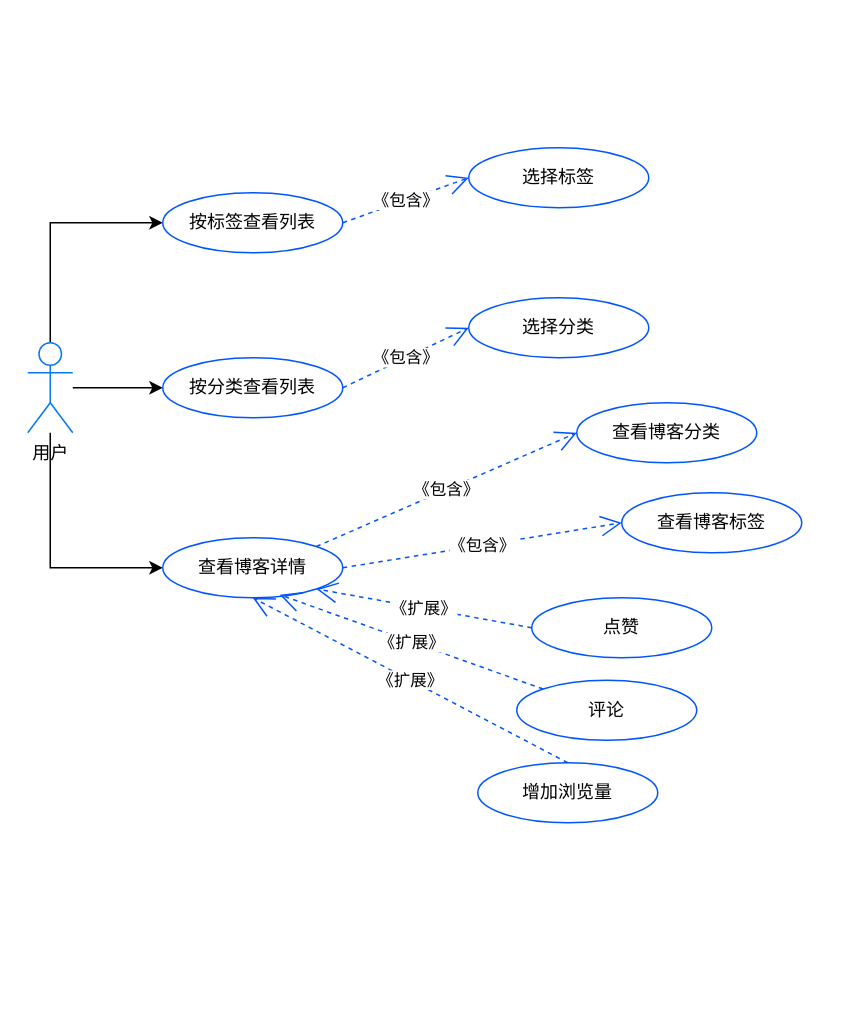
The draw.io diagram 前台博客功能用例图.drawio in zyl-2000/draw, before the edit. Source tidied: cells renumbered, new cells numbered last; positions are measured from the earlier drawing's top-left corner, leaving out a move shared by most shapes. Both pictures are drawn from the tidied source at 150%, with x=0, y=0 at pixel (27, 147).
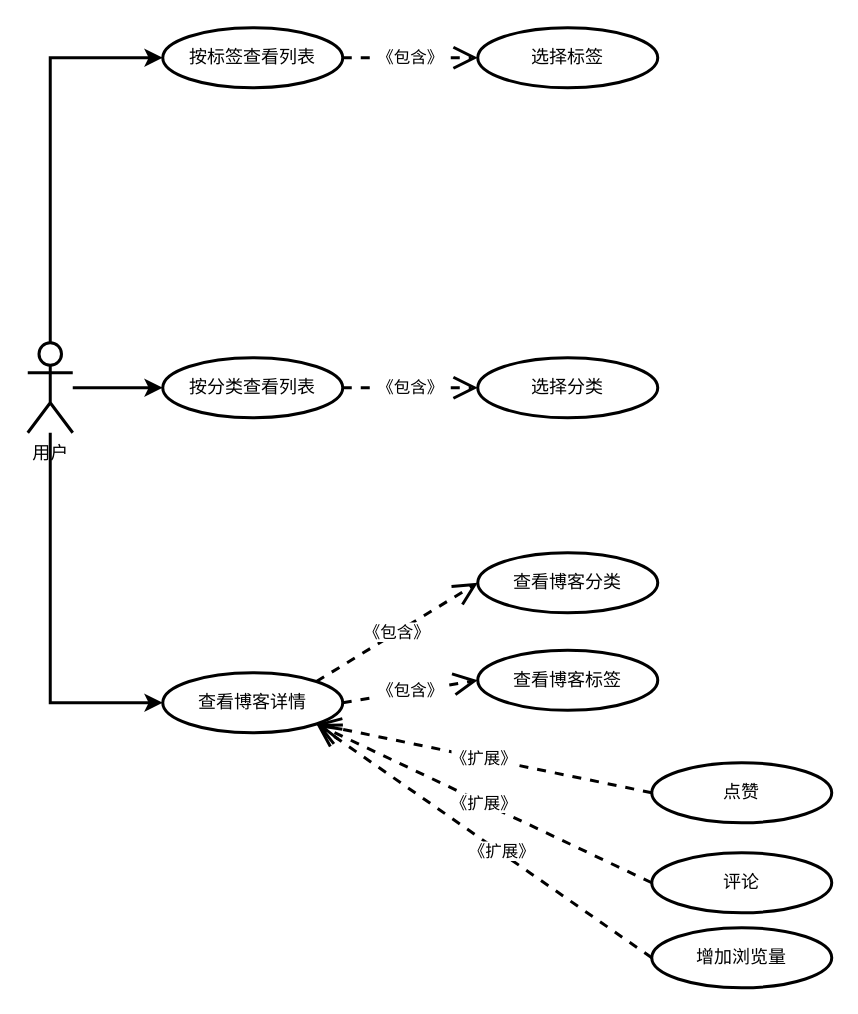
The same page after the edit.

Commit message:
更新前台博客功能用例图.drawio

Change to the diagram source:
```diff
@@
-    <mxCell id="2" style="edgeStyle=orthogonalEdgeStyle;rounded=0;jettySize=auto;html=1;exitX=0.5;exitY=0;exitDx=0;exitDy=0;exitPerimeter=0;entryX=0;entryY=0.5;entryDx=0;entryDy=0;" parent="1" edge="1" source="5" target="6">
+    <mxCell id="2" style="edgeStyle=orthogonalEdgeStyle;rounded=0;jettySize=auto;html=1;exitX=0.5;exitY=0;exitDx=0;exitDy=0;exitPerimeter=0;entryX=0;entryY=0.5;entryDx=0;entryDy=0;strokeColor=default;strokeWidth=2;" parent="1" edge="1" source="5" target="6">
       <mxGeometry relative="1" as="geometry" />
     </mxCell>
-    <mxCell id="3" style="edgeStyle=orthogonalEdgeStyle;rounded=0;jettySize=auto;html=1;entryX=0;entryY=0.5;entryDx=0;entryDy=0;" parent="1" edge="1" source="5" target="7">
+    <mxCell id="3" style="edgeStyle=orthogonalEdgeStyle;rounded=0;jettySize=auto;html=1;entryX=0;entryY=0.5;entryDx=0;entryDy=0;strokeColor=default;strokeWidth=2;" parent="1" edge="1" source="5" target="7">
       <mxGeometry relative="1" as="geometry" />
     </mxCell>
-    <mxCell id="4" style="edgeStyle=orthogonalEdgeStyle;rounded=0;jettySize=auto;html=1;entryX=0;entryY=0.5;entryDx=0;entryDy=0;" parent="1" edge="1" source="5" target="8">
+    <mxCell id="4" style="edgeStyle=orthogonalEdgeStyle;rounded=0;jettySize=auto;html=1;entryX=0;entryY=0.5;entryDx=0;entryDy=0;strokeColor=default;strokeWidth=2;" parent="1" edge="1" source="5" target="8">
       <mxGeometry relative="1" as="geometry">
         <Array as="points">
-          <mxPoint x="15" y="280" />
+          <mxPoint x="15" y="370" />
         </Array>
       </mxGeometry>
     </mxCell>
-    <mxCell id="5" value="用户" style="shape=umlActor;verticalLabelPosition=bottom;verticalAlign=top;html=1;outlineConnect=0;strokeColor=#0779f2;" parent="1" vertex="1">
+    <mxCell id="5" value="用户" style="shape=umlActor;verticalLabelPosition=bottom;verticalAlign=top;html=1;outlineConnect=0;strokeColor=default;strokeWidth=2;" parent="1" vertex="1">
       <mxGeometry y="130" width="30" height="60" as="geometry" />
     </mxCell>
-    <mxCell id="6" value="按标签查看列表" style="ellipse;whiteSpace=wrap;html=1;strokeColor=#0055ff;" parent="1" vertex="1">
-      <mxGeometry x="90" y="30" width="120" height="40" as="geometry" />
+    <mxCell id="6" value="按标签查看列表" style="ellipse;whiteSpace=wrap;html=1;strokeColor=default;strokeWidth=2;" parent="1" vertex="1">
+      <mxGeometry x="90" y="-80" width="120" height="40" as="geometry" />
     </mxCell>
-    <mxCell id="7" value="按分类查看列表" style="ellipse;whiteSpace=wrap;html=1;strokeColor=#0055ff;" parent="1" vertex="1">
+    <mxCell id="7" value="按分类查看列表" style="ellipse;whiteSpace=wrap;html=1;strokeColor=default;strokeWidth=2;" parent="1" vertex="1">
       <mxGeometry x="90" y="140" width="120" height="40" as="geometry" />
     </mxCell>
-    <mxCell id="8" value="查看博客详情" style="ellipse;whiteSpace=wrap;html=1;strokeColor=#0055ff;" parent="1" vertex="1">
-      <mxGeometry x="90" y="260" width="120" height="40" as="geometry" />
+    <mxCell id="8" value="查看博客详情" style="ellipse;whiteSpace=wrap;html=1;strokeColor=default;strokeWidth=2;" parent="1" vertex="1">
+      <mxGeometry x="90" y="350" width="120" height="40" as="geometry" />
     </mxCell>
-    <mxCell id="9" value="查看博客标签" style="ellipse;whiteSpace=wrap;html=1;strokeColor=#0055ff;" parent="1" vertex="1">
-      <mxGeometry x="396" y="230" width="120" height="40" as="geometry" />
+    <mxCell id="9" value="查看博客标签" style="ellipse;whiteSpace=wrap;html=1;strokeColor=default;strokeWidth=2;" parent="1" vertex="1">
+      <mxGeometry x="300" y="335" width="120" height="40" as="geometry" />
     </mxCell>
-    <mxCell id="10" value="查看博客分类" style="ellipse;whiteSpace=wrap;html=1;strokeColor=#0055ff;" parent="1" vertex="1">
-      <mxGeometry x="366" y="170" width="120" height="40" as="geometry" />
+    <mxCell id="10" value="查看博客分类" style="ellipse;whiteSpace=wrap;html=1;strokeColor=default;strokeWidth=2;" parent="1" vertex="1">
+      <mxGeometry x="300" y="270" width="120" height="40" as="geometry" />
     </mxCell>
-    <mxCell id="11" value="点赞" style="ellipse;whiteSpace=wrap;html=1;strokeColor=#0055ff;" parent="1" vertex="1">
-      <mxGeometry x="336" y="300" width="120" height="40" as="geometry" />
+    <mxCell id="11" value="点赞" style="ellipse;whiteSpace=wrap;html=1;strokeColor=default;strokeWidth=2;" parent="1" vertex="1">
+      <mxGeometry x="416" y="410" width="120" height="40" as="geometry" />
     </mxCell>
-    <mxCell id="12" value="评论" style="ellipse;whiteSpace=wrap;html=1;strokeColor=#0055ff;" parent="1" vertex="1">
-      <mxGeometry x="326" y="355" width="120" height="40" as="geometry" />
-    </mxCell>
-    <mxCell id="13" value="增加浏览量" style="ellipse;whiteSpace=wrap;html=1;strokeColor=#0055ff;" parent="1" vertex="1">
-      <mxGeometry x="300" y="410" width="120" height="40" as="geometry" />
+    <mxCell id="13" value="增加浏览量" style="ellipse;whiteSpace=wrap;html=1;strokeColor=default;strokeWidth=2;" parent="1" vertex="1">
+      <mxGeometry x="416" y="520" width="120" height="40" as="geometry" />
     </mxCell>
-    <mxCell id="14" value="《包含》" style="endArrow=open;endSize=12;dashed=1;html=1;rounded=0;exitX=1;exitY=0;exitDx=0;exitDy=0;entryX=0;entryY=0.5;entryDx=0;entryDy=0;strokeColor=#0055ff;" parent="1" edge="1" source="8" target="10">
+    <mxCell id="14" value="《包含》" style="endArrow=open;endSize=12;dashed=1;html=1;rounded=0;exitX=1;exitY=0;exitDx=0;exitDy=0;entryX=0;entryY=0.5;entryDx=0;entryDy=0;strokeColor=default;strokeWidth=2;" parent="1" edge="1" source="8" target="10">
       <mxGeometry relative="1" as="geometry" />
     </mxCell>
-    <mxCell id="15" value="《扩展》" style="endArrow=open;endSize=12;dashed=1;html=1;rounded=0;exitX=0.5;exitY=0;exitDx=0;exitDy=0;entryX=0.5;entryY=1;entryDx=0;entryDy=0;strokeColor=#0055ff;" parent="1" edge="1" source="13" target="8">
+    <mxCell id="15" value="《扩展》" style="endArrow=open;endSize=12;dashed=1;html=1;rounded=0;exitX=0;exitY=0.5;exitDx=0;exitDy=0;entryX=1;entryY=1;entryDx=0;entryDy=0;strokeColor=default;strokeWidth=2;" parent="1" edge="1" source="12" target="8">
       <mxGeometry relative="1" as="geometry" />
     </mxCell>
-    <mxCell id="16" value="《扩展》" style="endArrow=open;endSize=12;dashed=1;html=1;rounded=0;exitX=0;exitY=0;exitDx=0;exitDy=0;entryX=0.65;entryY=0.95;entryDx=0;entryDy=0;entryPerimeter=0;strokeColor=#0055ff;" parent="1" edge="1" source="12" target="8">
-      <mxGeometry relative="1" as="geometry" />
-    </mxCell>
-    <mxCell id="17" value="《扩展》" style="endArrow=open;endSize=12;dashed=1;html=1;rounded=0;exitX=0;exitY=0.5;exitDx=0;exitDy=0;entryX=1;entryY=1;entryDx=0;entryDy=0;strokeColor=#0055ff;" parent="1" edge="1" source="11" target="8">
+    <mxCell id="17" value="《扩展》" style="endArrow=open;endSize=12;dashed=1;html=1;rounded=0;exitX=0;exitY=0.5;exitDx=0;exitDy=0;entryX=1;entryY=1;entryDx=0;entryDy=0;strokeColor=default;strokeWidth=2;" parent="1" edge="1" source="11" target="8">
       <mxGeometry relative="1" as="geometry" />
     </mxCell>
-    <mxCell id="18" value="《包含》" style="endArrow=open;endSize=12;dashed=1;html=1;rounded=0;exitX=1;exitY=0.5;exitDx=0;exitDy=0;entryX=0;entryY=0.5;entryDx=0;entryDy=0;strokeColor=#0055ff;" parent="1" edge="1" source="8" target="9">
+    <mxCell id="18" value="《包含》" style="endArrow=open;endSize=12;dashed=1;html=1;rounded=0;exitX=1;exitY=0.5;exitDx=0;exitDy=0;entryX=0;entryY=0.5;entryDx=0;entryDy=0;strokeColor=default;strokeWidth=2;" parent="1" edge="1" source="8" target="9">
       <mxGeometry relative="1" as="geometry" />
     </mxCell>
-    <mxCell id="19" value="选择分类" style="ellipse;whiteSpace=wrap;html=1;strokeColor=#0055ff;" parent="1" vertex="1">
-      <mxGeometry x="294" y="100" width="120" height="40" as="geometry" />
+    <mxCell id="19" value="选择分类" style="ellipse;whiteSpace=wrap;html=1;strokeColor=default;strokeWidth=2;" parent="1" vertex="1">
+      <mxGeometry x="300" y="140" width="120" height="40" as="geometry" />
     </mxCell>
-    <mxCell id="20" value="选择标签" style="ellipse;whiteSpace=wrap;html=1;strokeColor=#0055ff;" parent="1" vertex="1">
-      <mxGeometry x="294" width="120" height="40" as="geometry" />
+    <mxCell id="20" value="选择标签" style="ellipse;whiteSpace=wrap;html=1;strokeColor=default;strokeWidth=2;" parent="1" vertex="1">
+      <mxGeometry x="300" y="-80" width="120" height="40" as="geometry" />
     </mxCell>
-    <mxCell id="21" value="《包含》" style="endArrow=open;endSize=12;dashed=1;html=1;rounded=0;exitX=1;exitY=0.5;exitDx=0;exitDy=0;entryX=0;entryY=0.5;entryDx=0;entryDy=0;strokeColor=#0055ff;" parent="1" edge="1" source="6" target="20">
+    <mxCell id="21" value="《包含》" style="endArrow=open;endSize=12;dashed=1;html=1;rounded=0;exitX=1;exitY=0.5;exitDx=0;exitDy=0;entryX=0;entryY=0.5;entryDx=0;entryDy=0;strokeColor=default;strokeWidth=2;" parent="1" edge="1" source="6" target="20">
       <mxGeometry relative="1" as="geometry" />
     </mxCell>
-    <mxCell id="22" value="《包含》" style="endArrow=open;endSize=12;dashed=1;html=1;rounded=0;exitX=1;exitY=0.5;exitDx=0;exitDy=0;entryX=0;entryY=0.5;entryDx=0;entryDy=0;strokeColor=#0055ff;" parent="1" edge="1" source="7" target="19">
+    <mxCell id="22" value="《包含》" style="endArrow=open;endSize=12;dashed=1;html=1;rounded=0;exitX=1;exitY=0.5;exitDx=0;exitDy=0;entryX=0;entryY=0.5;entryDx=0;entryDy=0;strokeColor=default;strokeWidth=2;" parent="1" edge="1" source="7" target="19">
       <mxGeometry relative="1" as="geometry" />
     </mxCell>
+    <mxCell id="23" style="endArrow=open;endSize=12;dashed=1;html=1;rounded=0;exitX=0;exitY=0.5;exitDx=0;exitDy=0;entryX=1;entryY=1;entryDx=0;entryDy=0;strokeColor=default;strokeWidth=2;" parent="1" edge="1" source="13" target="8">
+      <mxGeometry relative="1" as="geometry" />
+    </mxCell>
+    <mxCell id="16" value="《扩展》" style="edgeLabel;html=1;align=center;verticalAlign=middle;" parent="23" vertex="1">
+      <mxGeometry x="-0.1" y="-1" relative="1" as="geometry" />
+    </mxCell>
+    <mxCell id="12" value="评论" style="ellipse;whiteSpace=wrap;html=1;strokeColor=default;strokeWidth=2;" parent="1" vertex="1">
+      <mxGeometry x="416" y="470" width="120" height="40" as="geometry" />
+    </mxCell>
```
